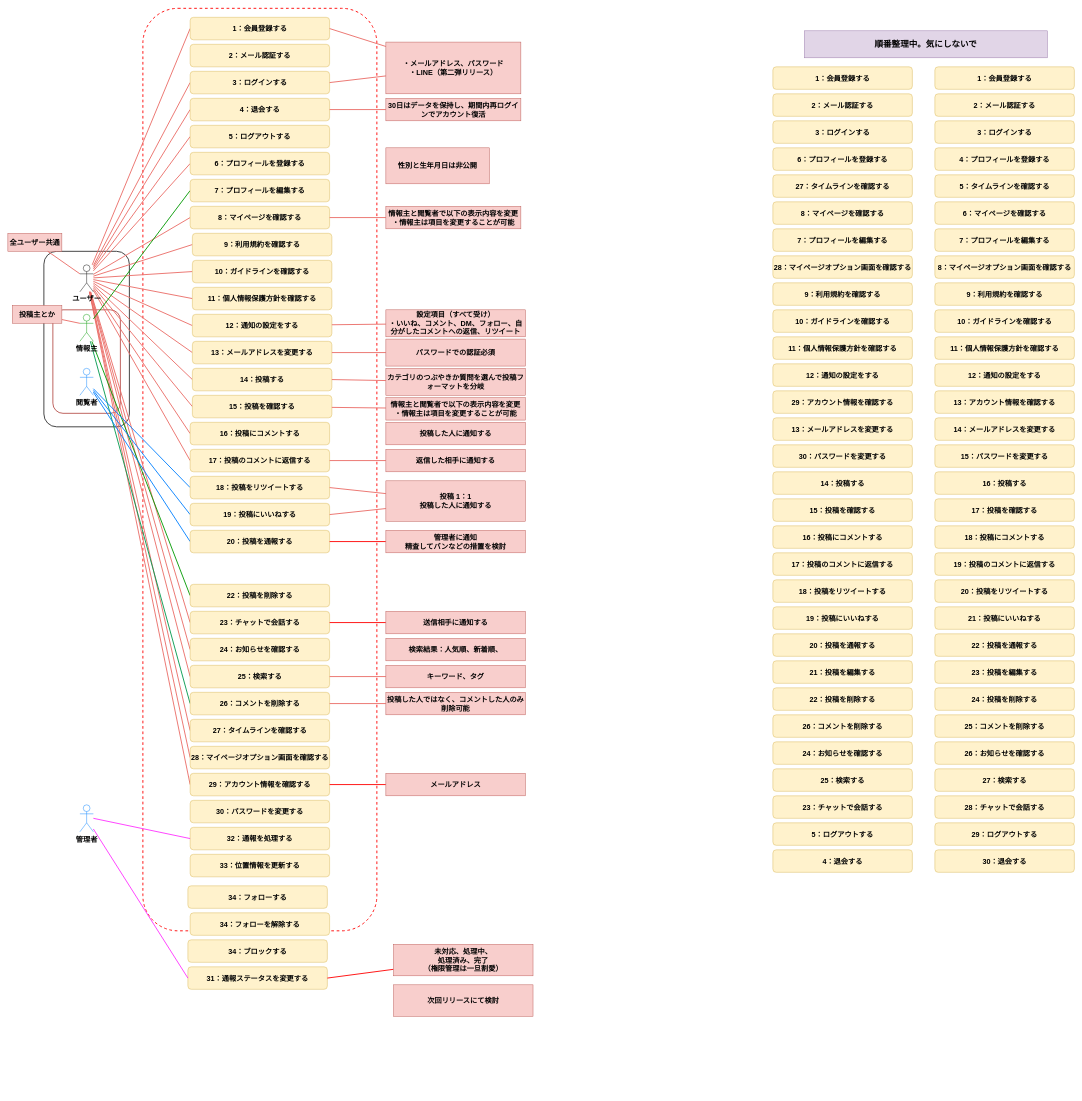
Before: page "ユースケース図" (1 of 4) of modeling.drawio in haseryo0403/VenTal, a draw.io diagram. Source tidied: cells renumbered, new cells numbered last; positions are measured from the earlier drawing's top-left corner, leaving out a move shared by most shapes. Both pictures are drawn from the tidied source at 45%, with x=0, y=0 at pixel (8, 8).
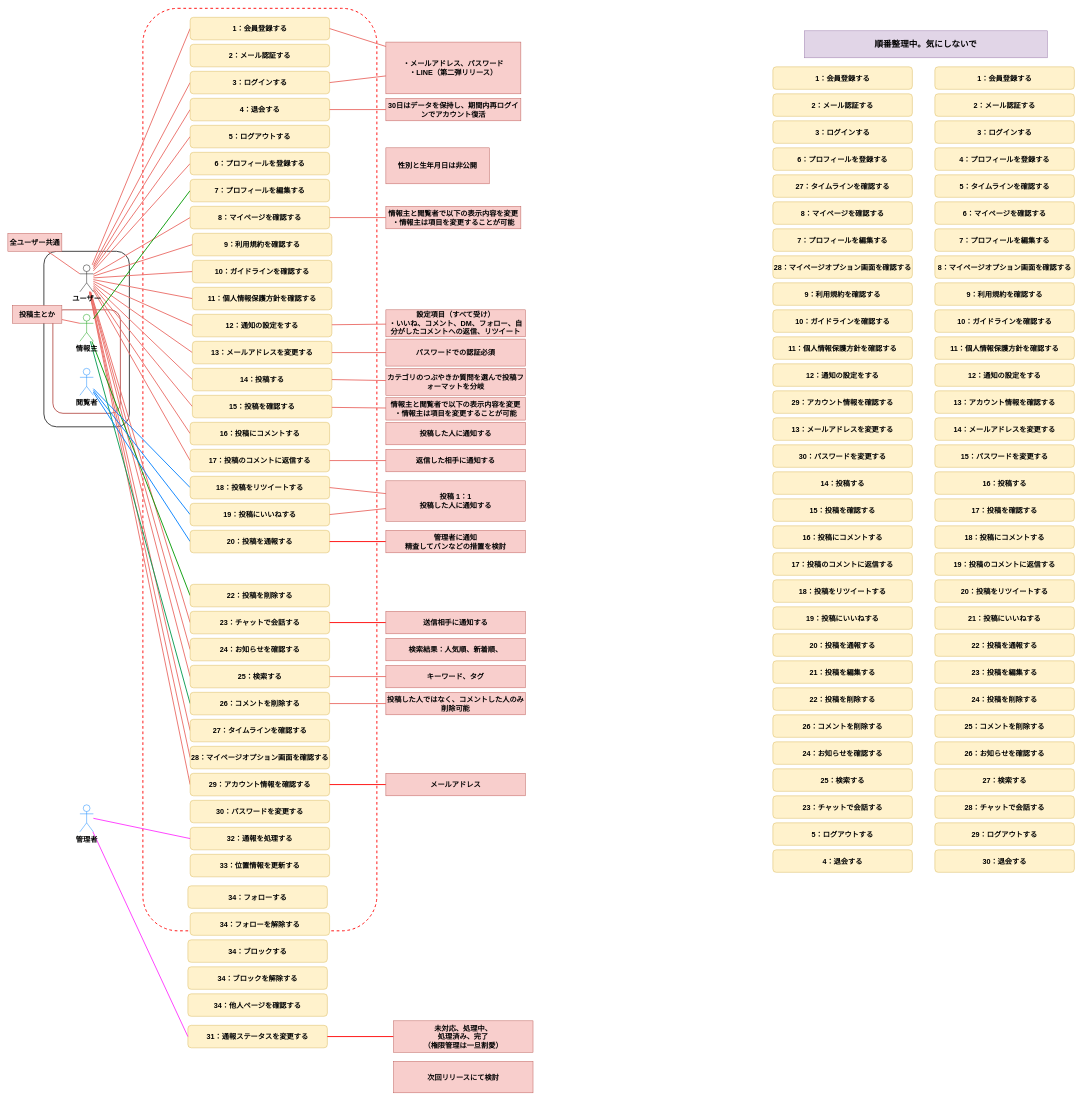
After the change.

Diff of the diagram source:
```diff
@@
     <mxCell id="161" value="&lt;span style=&quot;background-color: initial;&quot;&gt;31：通報ステータスを変更する&lt;/span&gt;" style="rounded=1;whiteSpace=wrap;html=1;strokeColor=#d6b656;align=center;verticalAlign=middle;fontFamily=Helvetica;fontSize=16;fontStyle=1;fillColor=#fff2cc;" parent="1" vertex="1">
-      <mxGeometry x="400" y="2130" width="310" height="50" as="geometry" />
+      <mxGeometry x="400" y="2260" width="310" height="50" as="geometry" />
     </mxCell>
@@
     <mxCell id="165" value="未対応、処理中、&lt;div style=&quot;font-size: 16px;&quot;&gt;処理済み、&lt;span style=&quot;background-color: initial; font-size: 16px;&quot;&gt;完了&lt;/span&gt;&lt;/div&gt;&lt;div style=&quot;font-size: 16px;&quot;&gt;（権限管理は一旦割愛）&lt;/div&gt;" style="whiteSpace=wrap;html=1;fillColor=#f8cecc;strokeColor=#b85450;rounded=1;fontStyle=1;arcSize=0;fontSize=16;" parent="1" vertex="1">
-      <mxGeometry x="857" y="2080" width="310" height="70" as="geometry" />
+      <mxGeometry x="857" y="2250" width="310" height="70" as="geometry" />
     </mxCell>
@@
     <mxCell id="169" value="次回リリースにて検討" style="whiteSpace=wrap;html=1;fillColor=#f8cecc;strokeColor=#b85450;rounded=1;fontStyle=1;arcSize=0;fontSize=16;" parent="1" vertex="1">
-      <mxGeometry x="857" y="2170" width="310" height="70" as="geometry" />
+      <mxGeometry x="857" y="2340" width="310" height="70" as="geometry" />
     </mxCell>
@@
+    <mxCell id="175" value="34&lt;span style=&quot;background-color: initial;&quot;&gt;：他人ページを確認する&lt;/span&gt;" style="rounded=1;whiteSpace=wrap;html=1;strokeColor=#d6b656;align=center;verticalAlign=middle;fontFamily=Helvetica;fontSize=16;fontStyle=1;fillColor=#fff2cc;" parent="1" vertex="1">
+      <mxGeometry x="400" y="2190" width="310" height="50" as="geometry" />
+    </mxCell>
+    <mxCell id="176" value="34&lt;span style=&quot;background-color: initial;&quot;&gt;：ブロックを解除する&lt;/span&gt;" style="rounded=1;whiteSpace=wrap;html=1;strokeColor=#d6b656;align=center;verticalAlign=middle;fontFamily=Helvetica;fontSize=16;fontStyle=1;fillColor=#fff2cc;" parent="1" vertex="1">
+      <mxGeometry x="400" y="2130" width="310" height="50" as="geometry" />
+    </mxCell>
```
